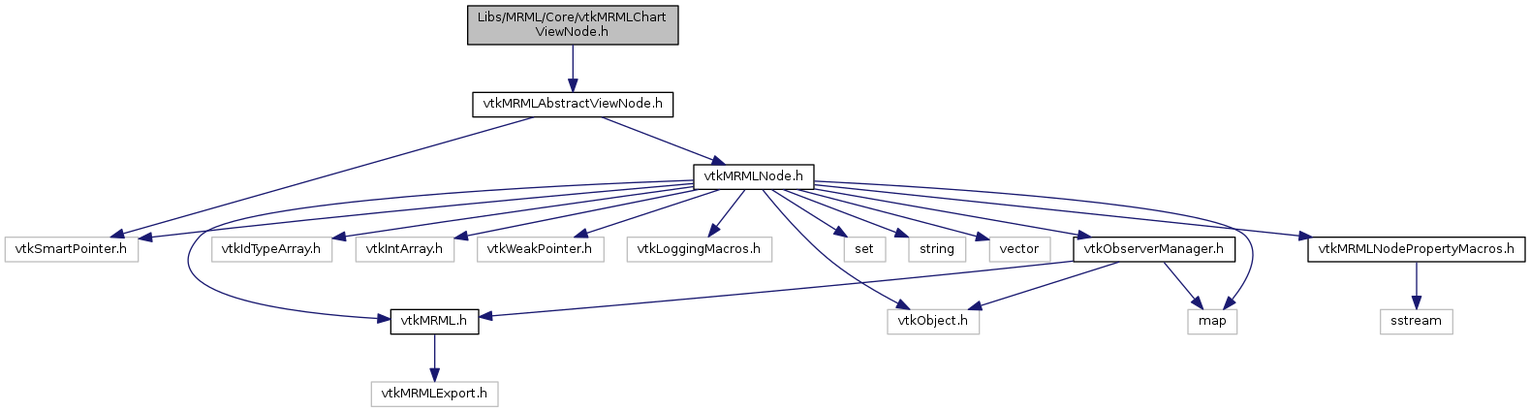
The Graphviz diagram master/vtkMRMLChartViewNode_8h__incl.png in jamesobutler/apidocs.slicer.org, before a commit. Its source is kept beside it as master/vtkMRMLChartViewNode_8h__incl.dot.
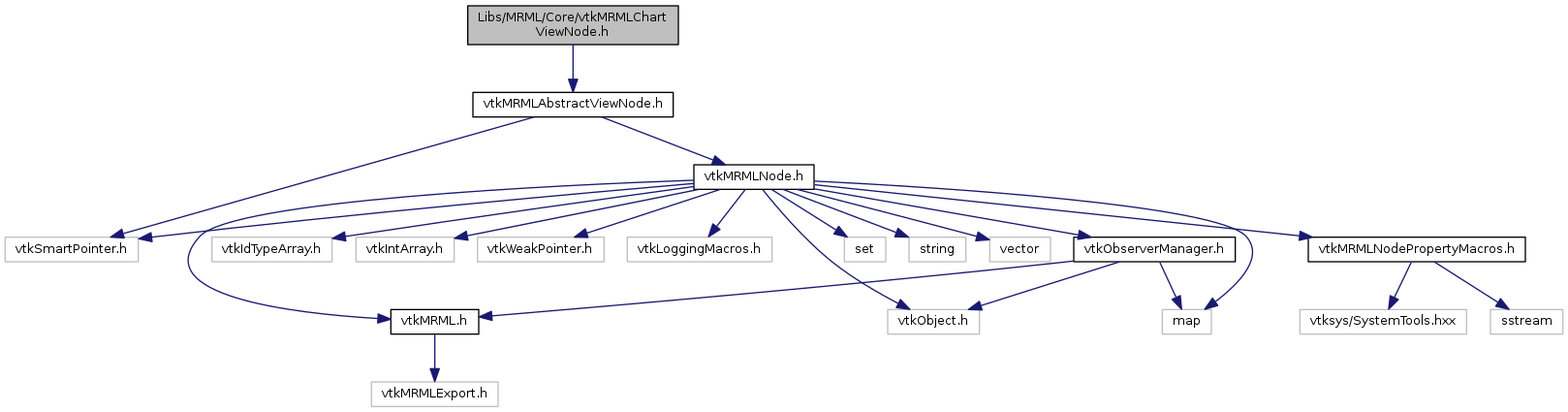
After the commit.

What changed in the source:
```diff
@@ -35,11 +35,13 @@
   Node13 [label="vtkMRMLNodePropertyMacros.h",height=0.2,width=0.4,color="black",URL="$vtkMRMLNodePropertyMacros_8h.html"];
   Node13 -> Node14 [color="midnightblue",fontsize="10",style="solid",fontname="Helvetica"];
   Node14 [label="sstream",height=0.2,width=0.4,color="grey75"];
+  Node13 -> Node15 [color="midnightblue",fontsize="10",style="solid",fontname="Helvetica"];
+  Node15 [label="vtksys/SystemTools.hxx",height=0.2,width=0.4,color="grey75"];
   Node3 -> Node8 [color="midnightblue",fontsize="10",style="solid",fontname="Helvetica"];
-  Node3 -> Node15 [color="midnightblue",fontsize="10",style="solid",fontname="Helvetica"];
-  Node15 [label="set",height=0.2,width=0.4,color="grey75"];
   Node3 -> Node16 [color="midnightblue",fontsize="10",style="solid",fontname="Helvetica"];
-  Node16 [label="string",height=0.2,width=0.4,color="grey75"];
+  Node16 [label="set",height=0.2,width=0.4,color="grey75"];
   Node3 -> Node17 [color="midnightblue",fontsize="10",style="solid",fontname="Helvetica"];
-  Node17 [label="vector",height=0.2,width=0.4,color="grey75"];
+  Node17 [label="string",height=0.2,width=0.4,color="grey75"];
+  Node3 -> Node18 [color="midnightblue",fontsize="10",style="solid",fontname="Helvetica"];
+  Node18 [label="vector",height=0.2,width=0.4,color="grey75"];
 }
```
